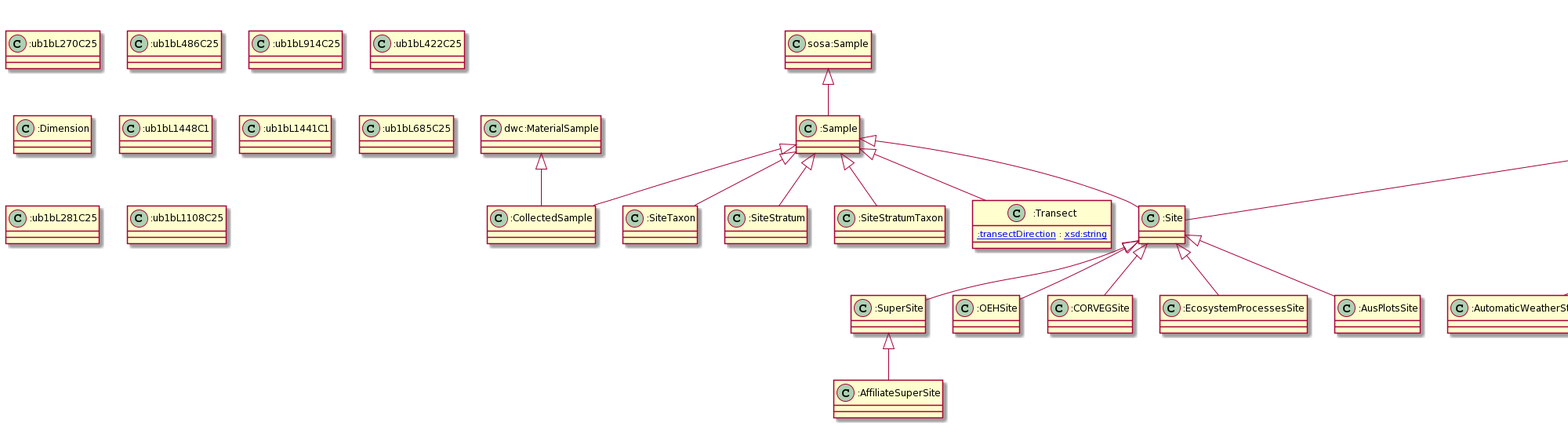
Earlier version of the PlantUML export docs/tern.ttl.txt.png (ternaustralia/ontology_tern).
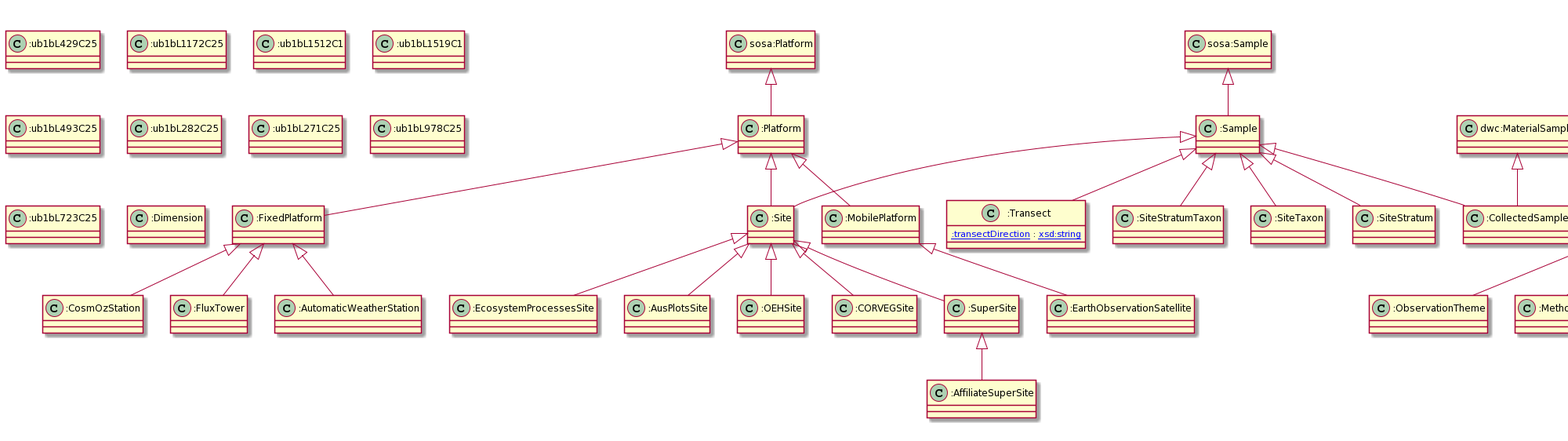
The same file after the commit.

Commit message:
version 0.1.2 - add tern:PhenologyCamera and some others. See the changelog.

The edit, as a diff of the source:
```diff
@@ -1,157 +1,178 @@
 @startuml
 title TERN Ontology
-":SuperSite" <|-- ":AffiliateSuperSite"
+":Site" <|-- ":CORVEGSite"
+":Sensor" <|-- ":SAR"
+":Platform" <|-- ":MobilePlatform"
+"ssn:System" <|-- ":Instrument"
+":Site" <|-- ":SuperSite"
+":Sampler" <|-- ":PhenologyCamera"
+":Site" <|-- ":EcosystemProcessesSite"
+"sosa:Procedure" <|-- ":Procedure"
+"prov:Activity" <|-- ":SiteVisit"
 ":Observation" <|-- ":DerivedObservation"
-"skos:Concept" <|-- ":Method"
+":Platform" <|-- ":FixedPlatform"
+":Point" <|-- ":SamplingPoint"
+"skos:Concept" <|-- ":DigitalCamera"
+":Sampler" <|-- ":DigitalCamera"
+"sosa:Sample" <|-- ":Sample"
+":Sampling" <|-- ":SoilSampling"
+"sosa:FeatureOfInterest" <|-- ":EnvironmentalCharacteristic"
+":Sensor" <|-- ":Spectroradiometer"
+"sosa:Result" <|-- ":Result"
+"skos:Concept" <|-- ":ObservationTheme"
 "sosa:Sampling" <|-- ":Sampling"
 "prov:Activity" <|-- ":Sampling"
+":FixedPlatform" <|-- ":CosmOzStation"
+":Site" <|-- ":AusPlotsSite"
+":DerivedObservation" <|-- ":TERNDerivedObservation"
+"skos:Concept" <|-- ":Method"
+"skos:Concept" <|-- ":Parameter"
+":Sample" <|-- ":Transect"
+"sosa:Sampler" <|-- ":Sampler"
+":Instrument" <|-- ":Sampler"
+":Sample" <|-- ":SiteStratumTaxon"
+":RadiationSensor" <|-- ":Radiometer"
+"sosa:ObservableProperty" <|-- ":ObservableProperty"
+"skos:Concept" <|-- ":CategoricalValue"
+":Sensor" <|-- ":RadiationSensor"
+":Result" <|-- ":Concept"
+":Sample" <|-- ":SiteTaxon"
+"dwc:MaterialSample" <|-- ":CollectedSample"
+":Sample" <|-- ":CollectedSample"
+"ssn:Input" <|-- ":Input"
+":FixedPlatform" <|-- ":FluxTower"
+":Site" <|-- ":OEHSite"
+":Sample" <|-- ":SiteStratum"
+"prov:Activity" <|-- ":Observation"
+"sosa:Observation" <|-- ":Observation"
+":SuperSite" <|-- ":AffiliateSuperSite"
+":MobilePlatform" <|-- ":EarthObservationSatellite"
+":FixedPlatform" <|-- ":AutomaticWeatherStation"
 "schema:PropertyValue" <|-- ":PropertyValue"
-":FixedPlatform" <|-- ":AutomaticWeatherStation"
-":Site" <|-- ":SuperSite"
-":Sample" <|-- ":CollectedSample"
-"dwc:MaterialSample" <|-- ":CollectedSample"
-":Platform" <|-- ":MobilePlatform"
-":Site" <|-- ":OEHSite"
-"sosa:FeatureOfInterest" <|-- ":EnvironmentalCharacteristic"
+":Sample" <|-- ":Site"
 ":Platform" <|-- ":Site"
-":Sample" <|-- ":Site"
-"sosa:Sample" <|-- ":Sample"
-"skos:Concept" <|-- ":Parameter"
-":DerivedObservation" <|-- ":TERNDerivedObservation"
-":Result" <|-- ":Concept"
-":Site" <|-- ":CORVEGSite"
-"ssn:Input" <|-- ":Input"
+":Instrument" <|-- ":Sensor"
+"sosa:Sensor" <|-- ":Sensor"
 "sosa:Platform" <|-- ":Platform"
-"skos:Concept" <|-- ":CategoricalValue"
-"skos:Concept" <|-- ":ObservationTheme"
-":Site" <|-- ":EcosystemProcessesSite"
-"sosa:Result" <|-- ":Result"
-":Point" <|-- ":SamplingPoint"
-"sosa:Observation" <|-- ":Observation"
-"prov:Activity" <|-- ":Observation"
-":Sampling" <|-- ":SoilSampling"
-":Site" <|-- ":AusPlotsSite"
-":Sample" <|-- ":SiteTaxon"
-"skos:Concept" <|-- ":DigitalCamera"
-":MobilePlatform" <|-- ":EarthObservationSatellite"
-":FixedPlatform" <|-- ":CosmOzStation"
-"sosa:Sampler" <|-- ":Sampler"
-"sosa:Procedure" <|-- ":Procedure"
-":Platform" <|-- ":FixedPlatform"
-":FixedPlatform" <|-- ":Phenocam"
-"prov:Activity" <|-- ":SiteVisit"
-":Sample" <|-- ":SiteStratum"
-":FixedPlatform" <|-- ":FluxTower"
-":Sample" <|-- ":SiteStratumTaxon"
-":Sample" <|-- ":Transect"
-"sosa:ObservableProperty" <|-- ":ObservableProperty"
-Class ":AffiliateSuperSite" [[https://w3id.org/tern/ontologies/tern/AffiliateSuperSite]] {
+Class ":CORVEGSite" [[https://w3id.org/tern/ontologies/tern/CORVEGSite]] {
+}
+Class ":SAR" [[https://w3id.org/tern/ontologies/tern/SAR]] {
+}
+Class ":ub1bL429C25" [[ub1bL429C25]] {
+}
+Class ":ub1bL1172C25" [[ub1bL1172C25]] {
+}
+Class ":MobilePlatform" [[https://w3id.org/tern/ontologies/tern/MobilePlatform]] {
+}
+Class ":Instrument" [[https://w3id.org/tern/ontologies/tern/Instrument]] {
+}
+Class ":ub1bL1512C1" [[ub1bL1512C1]] {
+}
+Class ":SuperSite" [[https://w3id.org/tern/ontologies/tern/SuperSite]] {
+}
+Class ":PhenologyCamera" [[https://w3id.org/tern/ontologies/tern/PhenologyCamera]] {
+}
+Class ":EcosystemProcessesSite" [[https://w3id.org/tern/ontologies/tern/EcosystemProcessesSite]] {
+}
+Class ":Procedure" [[https://w3id.org/tern/ontologies/tern/Procedure]] {
+}
+Class ":SiteVisit" [[https://w3id.org/tern/ontologies/tern/SiteVisit]] {
 }
 Class ":DerivedObservation" [[https://w3id.org/tern/ontologies/tern/DerivedObservation]] {
 }
-Class ":Method" [[https://w3id.org/tern/ontologies/tern/Method]] {
+Class ":ub1bL1519C1" [[ub1bL1519C1]] {
+}
+Class ":FixedPlatform" [[https://w3id.org/tern/ontologies/tern/FixedPlatform]] {
+}
+Class ":SamplingPoint" [[https://w3id.org/tern/ontologies/tern/SamplingPoint]] {
+}
+Class ":DigitalCamera" [[https://w3id.org/tern/ontologies/tern/DigitalCamera]] {
+}
+Class ":ub1bL493C25" [[ub1bL493C25]] {
+}
+Class ":Sample" [[https://w3id.org/tern/ontologies/tern/Sample]] {
+}
+Class ":SoilSampling" [[https://w3id.org/tern/ontologies/tern/SoilSampling]] {
+}
+Class ":EnvironmentalCharacteristic" [[https://w3id.org/tern/ontologies/tern/EnvironmentalCharacteristic]] {
+}
+Class ":Spectroradiometer" [[https://w3id.org/tern/ontologies/tern/Spectroradiometer]] {
+}
+Class ":Result" [[https://w3id.org/tern/ontologies/tern/Result]] {
+}
+Class "dwc:MaterialSample" [[http://rs.tdwg.org/dwc/terms/MaterialSample]] {
+}
+Class ":ObservationTheme" [[https://w3id.org/tern/ontologies/tern/ObservationTheme]] {
 }
 Class ":Sampling" [[https://w3id.org/tern/ontologies/tern/Sampling]] {
 }
-Class ":PropertyValue" [[https://w3id.org/tern/ontologies/tern/PropertyValue]] {
+Class ":ub1bL282C25" [[ub1bL282C25]] {
 }
-Class ":AutomaticWeatherStation" [[https://w3id.org/tern/ontologies/tern/AutomaticWeatherStation]] {
+Class ":CosmOzStation" [[https://w3id.org/tern/ontologies/tern/CosmOzStation]] {
 }
-Class ":SuperSite" [[https://w3id.org/tern/ontologies/tern/SuperSite]] {
-}
-Class ":ub1bL270C25" [[ub1bL270C25]] {
-}
-Class ":ub1bL486C25" [[ub1bL486C25]] {
-}
-Class ":CollectedSample" [[https://w3id.org/tern/ontologies/tern/CollectedSample]] {
-}
-Class ":MobilePlatform" [[https://w3id.org/tern/ontologies/tern/MobilePlatform]] {
-}
-Class ":ub1bL914C25" [[ub1bL914C25]] {
-}
-Class ":OEHSite" [[https://w3id.org/tern/ontologies/tern/OEHSite]] {
-}
-Class ":EnvironmentalCharacteristic" [[https://w3id.org/tern/ontologies/tern/EnvironmentalCharacteristic]] {
-}
-Class ":Site" [[https://w3id.org/tern/ontologies/tern/Site]] {
-}
-Class ":Sample" [[https://w3id.org/tern/ontologies/tern/Sample]] {
-}
-Class ":Parameter" [[https://w3id.org/tern/ontologies/tern/Parameter]] {
+Class ":AusPlotsSite" [[https://w3id.org/tern/ontologies/tern/AusPlotsSite]] {
 }
 Class ":TERNDerivedObservation" [[https://w3id.org/tern/ontologies/tern/TERNDerivedObservation]] {
 }
-Class ":Concept" [[http://linked.data.gov.au/def/datatype/Concept]] {
+Class ":Method" [[https://w3id.org/tern/ontologies/tern/Method]] {
 }
-Class ":CORVEGSite" [[https://w3id.org/tern/ontologies/tern/CORVEGSite]] {
-}
-Class ":Input" [[https://w3id.org/tern/ontologies/tern/Input]] {
-}
-Class ":Platform" [[https://w3id.org/tern/ontologies/tern/Platform]] {
-}
-Class ":CategoricalValue" [[https://w3id.org/tern/ontologies/tern/CategoricalValue]] {
-}
-Class ":ObservationTheme" [[https://w3id.org/tern/ontologies/tern/ObservationTheme]] {
-}
-Class ":EcosystemProcessesSite" [[https://w3id.org/tern/ontologies/tern/EcosystemProcessesSite]] {
-}
-Class ":Result" [[https://w3id.org/tern/ontologies/tern/Result]] {
-}
-Class ":SamplingPoint" [[https://w3id.org/tern/ontologies/tern/SamplingPoint]] {
-}
-Class "dwc:MaterialSample" [[http://rs.tdwg.org/dwc/terms/MaterialSample]] {
-}
-Class ":ub1bL422C25" [[ub1bL422C25]] {
-}
-Class ":Dimension" [[https://w3id.org/tern/ontologies/tern/Dimension]] {
-}
-Class ":Observation" [[https://w3id.org/tern/ontologies/tern/Observation]] {
-}
-Class ":SoilSampling" [[https://w3id.org/tern/ontologies/tern/SoilSampling]] {
-}
-Class ":AusPlotsSite" [[https://w3id.org/tern/ontologies/tern/AusPlotsSite]] {
-}
-Class ":SiteTaxon" [[https://w3id.org/tern/ontologies/tern/SiteTaxon]] {
-}
-Class ":DigitalCamera" [[https://w3id.org/tern/ontologies/tern/DigitalCamera]] {
-}
-Class ":EarthObservationSatellite" [[https://w3id.org/tern/ontologies/tern/EarthObservationSatellite]] {
-}
-Class ":ub1bL1448C1" [[ub1bL1448C1]] {
-}
-Class ":CosmOzStation" [[https://w3id.org/tern/ontologies/tern/CosmOzStation]] {
-}
-Class ":Sampler" [[https://w3id.org/tern/ontologies/tern/Sampler]] {
-}
-Class ":Procedure" [[https://w3id.org/tern/ontologies/tern/Procedure]] {
-}
-Class ":FixedPlatform" [[https://w3id.org/tern/ontologies/tern/FixedPlatform]] {
-}
-Class ":Phenocam" [[https://w3id.org/tern/ontologies/tern/Phenocam]] {
-}
-Class ":ub1bL1441C1" [[ub1bL1441C1]] {
-}
-Class ":ub1bL685C25" [[ub1bL685C25]] {
-}
-Class ":SiteVisit" [[https://w3id.org/tern/ontologies/tern/SiteVisit]] {
-}
-Class ":SiteStratum" [[https://w3id.org/tern/ontologies/tern/SiteStratum]] {
-}
-Class ":FluxTower" [[https://w3id.org/tern/ontologies/tern/FluxTower]] {
-}
-Class ":SiteStratumTaxon" [[https://w3id.org/tern/ontologies/tern/SiteStratumTaxon]] {
+Class ":Parameter" [[https://w3id.org/tern/ontologies/tern/Parameter]] {
 }
 Class ":Transect" [[https://w3id.org/tern/ontologies/tern/Transect]] {
 [[https://w3id.org/tern/ontologies/tern/transectDirection :transectDirection]] : [[http://www.w3.org/2001/XMLSchema#string xsd:string]]
 }
+Class ":Sampler" [[https://w3id.org/tern/ontologies/tern/Sampler]] {
+}
+Class ":SiteStratumTaxon" [[https://w3id.org/tern/ontologies/tern/SiteStratumTaxon]] {
+}
+Class ":Radiometer" [[https://w3id.org/tern/ontologies/tern/Radiometer]] {
+}
 Class ":ObservableProperty" [[https://w3id.org/tern/ontologies/tern/ObservableProperty]] {
 }
-Class ":ub1bL281C25" [[ub1bL281C25]] {
+Class ":CategoricalValue" [[https://w3id.org/tern/ontologies/tern/CategoricalValue]] {
 }
-Class ":ub1bL1108C25" [[ub1bL1108C25]] {
+Class ":RadiationSensor" [[https://w3id.org/tern/ontologies/tern/RadiationSensor]] {
+}
+Class ":ub1bL271C25" [[ub1bL271C25]] {
+}
+Class ":Concept" [[http://linked.data.gov.au/def/datatype/Concept]] {
+}
+Class ":ub1bL978C25" [[ub1bL978C25]] {
+}
+Class ":SiteTaxon" [[https://w3id.org/tern/ontologies/tern/SiteTaxon]] {
+}
+Class ":CollectedSample" [[https://w3id.org/tern/ontologies/tern/CollectedSample]] {
+}
+Class ":Input" [[https://w3id.org/tern/ontologies/tern/Input]] {
+}
+Class ":FluxTower" [[https://w3id.org/tern/ontologies/tern/FluxTower]] {
+}
+Class ":OEHSite" [[https://w3id.org/tern/ontologies/tern/OEHSite]] {
+}
+Class ":SiteStratum" [[https://w3id.org/tern/ontologies/tern/SiteStratum]] {
+}
+Class ":Observation" [[https://w3id.org/tern/ontologies/tern/Observation]] {
+}
+Class ":AffiliateSuperSite" [[https://w3id.org/tern/ontologies/tern/AffiliateSuperSite]] {
+}
+Class ":EarthObservationSatellite" [[https://w3id.org/tern/ontologies/tern/EarthObservationSatellite]] {
+}
+Class ":AutomaticWeatherStation" [[https://w3id.org/tern/ontologies/tern/AutomaticWeatherStation]] {
+}
+Class ":PropertyValue" [[https://w3id.org/tern/ontologies/tern/PropertyValue]] {
+}
+Class ":Site" [[https://w3id.org/tern/ontologies/tern/Site]] {
+}
+Class ":ub1bL723C25" [[ub1bL723C25]] {
+}
+Class ":Dimension" [[https://w3id.org/tern/ontologies/tern/Dimension]] {
+}
+Class ":Sensor" [[https://w3id.org/tern/ontologies/tern/Sensor]] {
+}
+Class ":Platform" [[https://w3id.org/tern/ontologies/tern/Platform]] {
 }
 header
-Creator: Simon J.D.Cox (simon.cox@csiro.au)
+Creator: Edmond Chuc (e.chuc@uq.edu.au)
 endheader
 center footer Generated by [[https://github.com/edmondchuc/ontogram https://github.com/edmondchuc/ontogram]]
 @enduml
```
